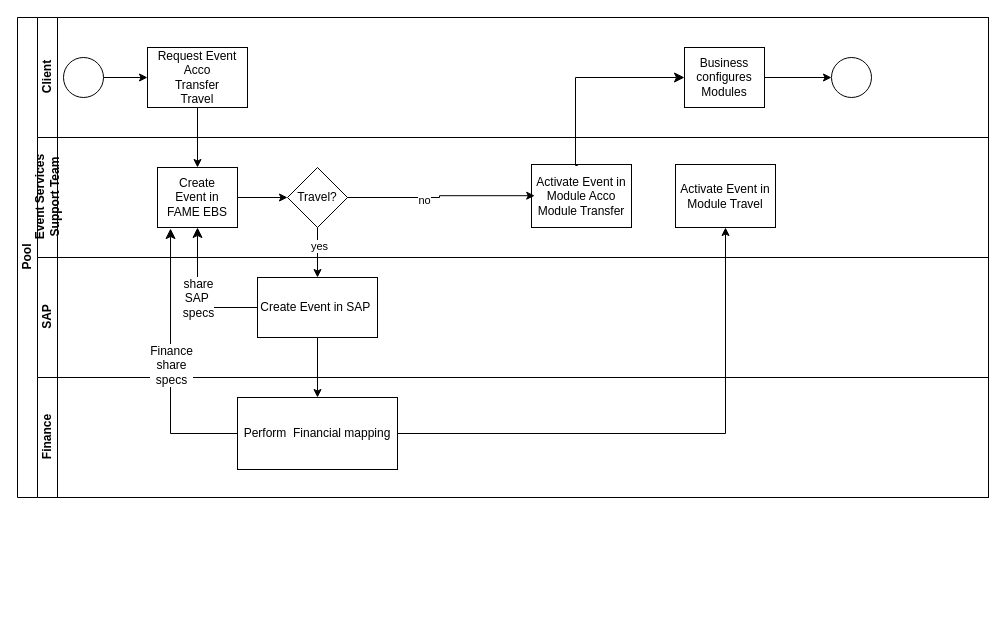
Helena-Zuk/github-slideshow keeps this draw.io diagram as page "proposed-HLcreate-event-ezue" (3 of 8) of FAMEevent.drawio. Above is the earlier version. Source tidied: cells renumbered, new cells numbered last; positions are measured from the earlier drawing's top-left corner, leaving out a move shared by most shapes. Both pictures are drawn from the tidied source at 100%, with x=0, y=0 at pixel (17, 17).
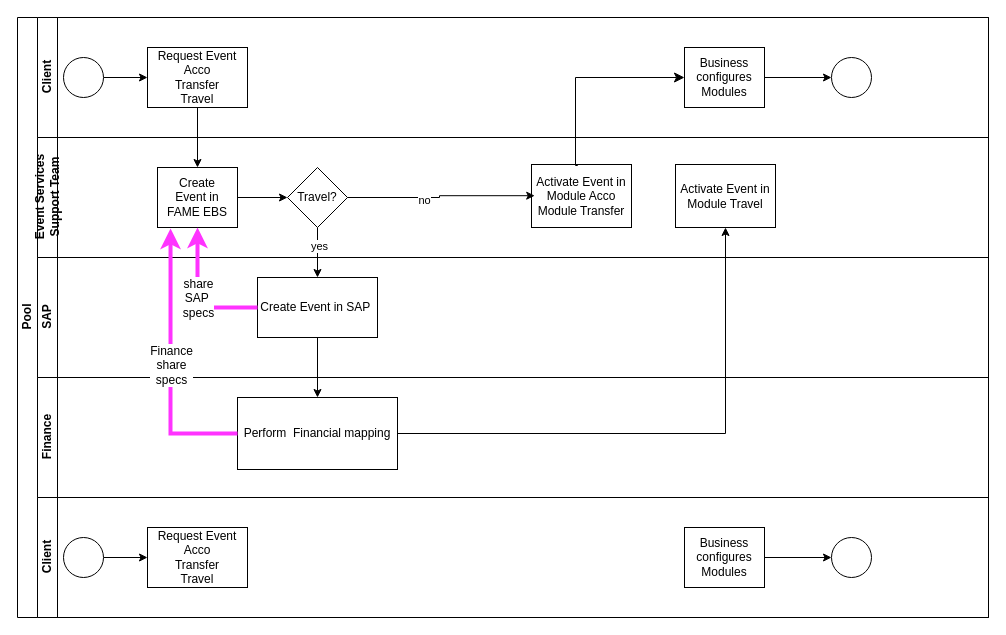
After the change.

The change refers to these unchanged cells:
```xml
<mxCell id="15" value="Create&lt;br&gt;Event in&lt;br&gt;FAME EBS" style="rounded=0;whiteSpace=wrap;html=1;fontFamily=Helvetica;fontSize=12;fontColor=#000000;align=center;" parent="13" vertex="1">
  <mxGeometry x="120" y="30" width="80" height="60" as="geometry" />
</mxCell>
<mxCell id="23" value="Create Event in SAP&amp;nbsp;" style="rounded=0;whiteSpace=wrap;html=1;fontFamily=Helvetica;fontSize=12;fontColor=#000000;align=center;" parent="22" vertex="1">
  <mxGeometry x="220" y="20" width="120" height="60" as="geometry" />
</mxCell>
<mxCell id="25" value="Perform&amp;nbsp; Financial mapping" style="rounded=0;whiteSpace=wrap;html=1;fontFamily=Helvetica;fontSize=12;fontColor=#000000;align=center;" parent="24" vertex="1">
  <mxGeometry x="200" y="20" width="160" height="72" as="geometry" />
</mxCell>
```

What changed in the source:
```diff
@@
     <mxCell id="2" value="Pool" style="swimlane;html=1;horizontal=0;startSize=20;" parent="1" vertex="1">
-      <mxGeometry width="971" height="480" as="geometry" />
+      <mxGeometry width="971" height="600" as="geometry" />
     </mxCell>
@@
-    <mxCell id="28" style="endArrow=classic;html=1;rounded=0;fontSize=12;startSize=8;endSize=8;entryX=0.5;entryY=1;entryDx=0;entryDy=0;exitX=0;exitY=0.5;exitDx=0;exitDy=0;edgeStyle=orthogonalEdgeStyle;" parent="2" edge="1" source="23" target="15">
+    <mxCell id="28" style="endArrow=classic;html=1;rounded=0;fontSize=12;startSize=8;endSize=8;entryX=0.5;entryY=1;entryDx=0;entryDy=0;exitX=0;exitY=0.5;exitDx=0;exitDy=0;edgeStyle=orthogonalEdgeStyle;strokeColor=#FF33FF;strokeWidth=4;" parent="2" edge="1" source="23" target="15">
       <mxGeometry relative="1" as="geometry">
         <Array as="points">
           <mxPoint x="180" y="290" />
         </Array>
       </mxGeometry>
     </mxCell>
@@
-    <mxCell id="30" style="endArrow=classic;html=1;rounded=0;fontSize=12;startSize=8;endSize=8;entryX=0.163;entryY=1.017;entryDx=0;entryDy=0;entryPerimeter=0;exitX=0;exitY=0.5;exitDx=0;exitDy=0;edgeStyle=orthogonalEdgeStyle;" parent="2" edge="1" source="25" target="15">
+    <mxCell id="30" style="endArrow=classic;html=1;rounded=0;fontSize=12;startSize=8;endSize=8;entryX=0.163;entryY=1.017;entryDx=0;entryDy=0;entryPerimeter=0;exitX=0;exitY=0.5;exitDx=0;exitDy=0;edgeStyle=orthogonalEdgeStyle;strokeColor=#FF33FF;strokeWidth=4;align=center;verticalAlign=middle;fontFamily=Helvetica;fontColor=default;labelBackgroundColor=default;" parent="2" edge="1" source="25" target="15">
       <mxGeometry relative="1" as="geometry" />
     </mxCell>
-    <mxCell id="31" value="Finance&lt;div&gt;share&lt;/div&gt;&lt;div&gt;specs&lt;/div&gt;" style="edgeLabel;html=1;fontSize=12;align=center;verticalAlign=middle;" parent="30" vertex="1">
+    <mxCell id="31" value="Finance&lt;div&gt;share&lt;/div&gt;&lt;div&gt;specs&lt;/div&gt;" style="edgeLabel;html=1;fontSize=12;align=center;verticalAlign=middle;rounded=0;strokeColor=#FF33FF;strokeWidth=4;fontFamily=Helvetica;fontColor=default;labelBackgroundColor=default;" parent="30" vertex="1">
       <mxGeometry relative="1" as="geometry" />
     </mxCell>
+    <mxCell id="32" value="Client" style="swimlane;html=1;startSize=20;horizontal=0;" parent="2" vertex="1">
+      <mxGeometry x="20" y="480" width="951" height="120" as="geometry" />
+    </mxCell>
+    <mxCell id="33" style="edgeStyle=orthogonalEdgeStyle;rounded=0;jettySize=auto;html=1;" parent="32" edge="1" source="34" target="35">
+      <mxGeometry relative="1" as="geometry" />
+    </mxCell>
+    <mxCell id="34" style="ellipse;whiteSpace=wrap;html=1;" parent="32" vertex="1">
+      <mxGeometry x="26" y="40" width="40" height="40" as="geometry" />
+    </mxCell>
+    <mxCell id="35" value="Request Event&lt;br style=&quot;border-color: var(--border-color);&quot;&gt;Acco&lt;br style=&quot;border-color: var(--border-color);&quot;&gt;Transfer&lt;br style=&quot;border-color: var(--border-color);&quot;&gt;Travel" style="rounded=0;whiteSpace=wrap;html=1;fontFamily=Helvetica;fontSize=12;fontColor=#000000;align=center;" parent="32" vertex="1">
+      <mxGeometry x="110" y="30" width="100" height="60" as="geometry" />
+    </mxCell>
+    <mxCell id="36" style="edgeStyle=orthogonalEdgeStyle;rounded=0;jettySize=auto;html=1;endArrow=classic;endFill=1;" parent="32" edge="1" source="37" target="38">
+      <mxGeometry relative="1" as="geometry" />
+    </mxCell>
+    <mxCell id="37" value="Business&lt;br&gt;configures&lt;br&gt;Modules" style="rounded=0;whiteSpace=wrap;html=1;fontFamily=Helvetica;fontSize=12;fontColor=#000000;align=center;" parent="32" vertex="1">
+      <mxGeometry x="647" y="30" width="80" height="60" as="geometry" />
+    </mxCell>
+    <mxCell id="38" style="ellipse;whiteSpace=wrap;html=1;" parent="32" vertex="1">
+      <mxGeometry x="794" y="40" width="40" height="40" as="geometry" />
+    </mxCell>
```
